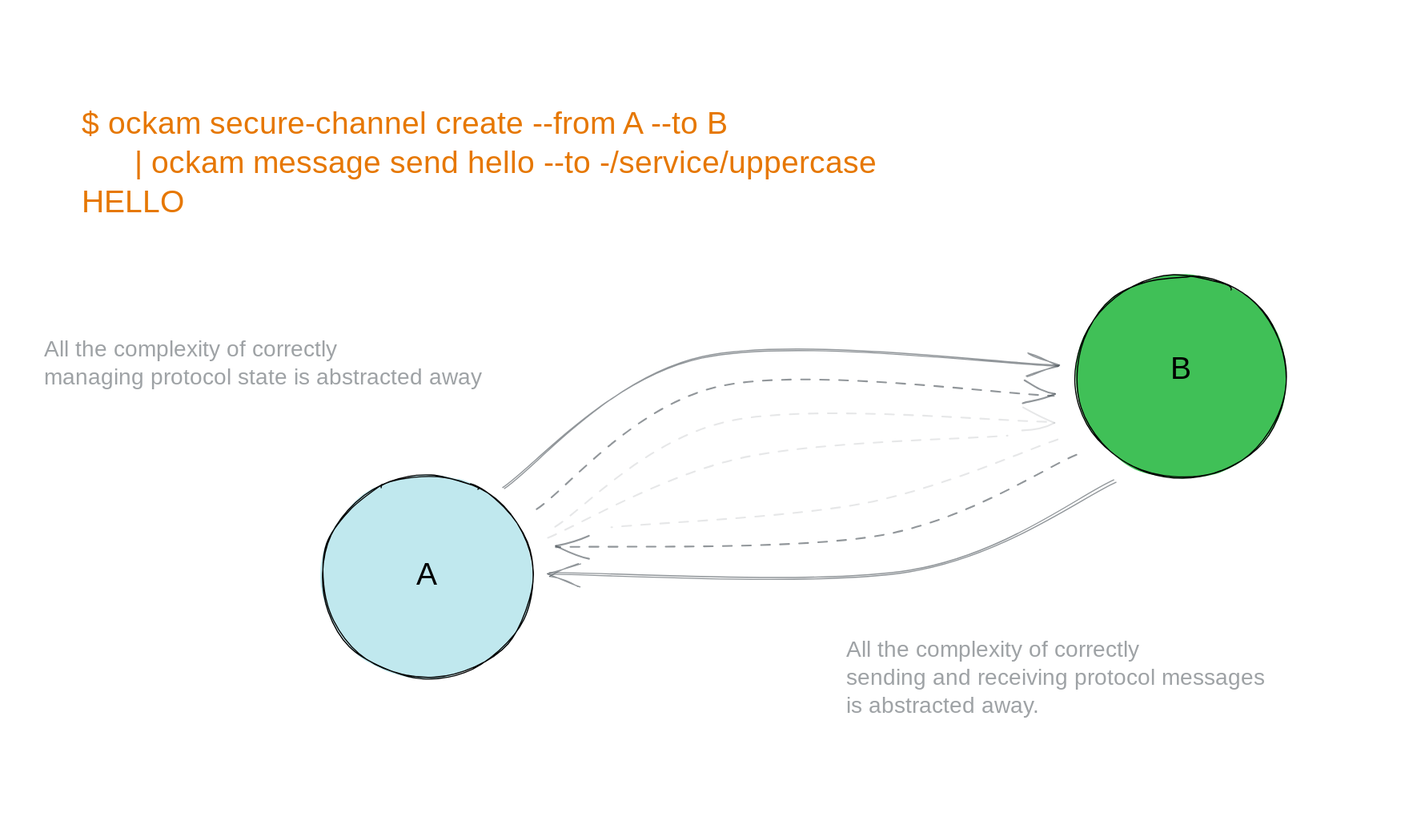
Before: .gitbook/assets/file.excalidraw.svg, a diagram exported from Excalidraw (build-trust/ockam-documentation). Source tidied: one line per element, renumbered; positions are measured from the earlier drawing's top-left corner, leaving out a move shared by most shapes.
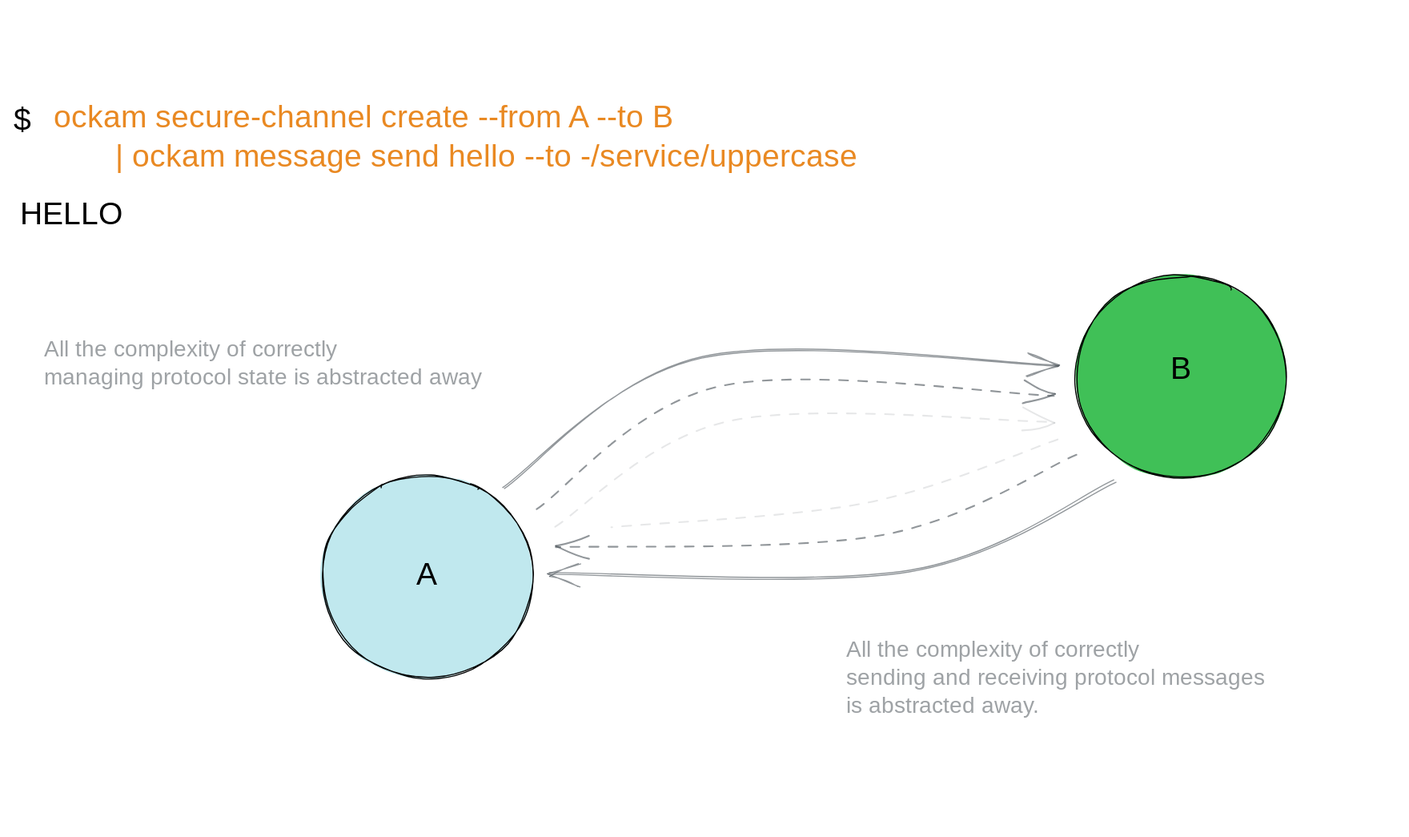
Later version of the same file.

Commit message:
GITBOOK-949: change request with no subject merged in GitBook

What changed in the source:
```diff
@@ -1,7 +1,7 @@
 {"id": 0, "type": "rectangle", "strokeColor": "transparent", "strokeWidth": 1, "roughness": 1, "x": 0, "y": 0, "width": 1237, "height": 727}
 {"id": 1, "type": "ellipse", "strokeColor": "#000000", "backgroundColor": "#40c057", "fillStyle": "solid", "strokeWidth": 1, "roughness": 1, "x": 950, "y": 235, "width": 189, "height": 181}
 {"id": 2, "type": "ellipse", "strokeColor": "#000000", "backgroundColor": "#15aabf44", "fillStyle": "solid", "strokeWidth": 1, "roughness": 1, "x": 277, "y": 414, "width": 189, "height": 181}
-{"id": 3, "type": "text", "text": "$ ockam secure-channel create --from A --to B\n      | ockam message send hello --to -/service/uppercase\nHELLO", "strokeColor": "#e67700", "strokeWidth": 1, "roughness": 1, "fontSize": 28, "fontFamily": 1, "x": 63, "y": 84, "width": 804, "height": 105}
+{"id": 3, "type": "text", "text": "$", "strokeColor": "#000000", "strokeWidth": 1, "roughness": 1, "fontSize": 28, "fontFamily": 1, "x": 2, "y": 81, "width": 24, "height": 35}
 {"id": 4, "type": "text", "text": "A", "strokeColor": "#000000", "strokeWidth": 1, "roughness": 1, "fontSize": 28, "fontFamily": 1, "x": 361, "y": 487, "width": 20, "height": 35}
 {"id": 5, "type": "text", "text": "B", "strokeColor": "#000000", "strokeWidth": 1, "roughness": 1, "fontSize": 28, "fontFamily": 1, "x": 1035, "y": 303, "width": 22, "height": 35}
 {"id": 6, "type": "arrow", "strokeColor": "#49505799", "strokeWidth": 1, "roughness": 1, "endArrowhead": "arrow", "round": true, "from": 2, "to": 1, "x": 440, "y": 426, "width": 494, "height": 117, "points": [[0, 0], [176, -117], [494, -109]]}
@@ -12,4 +12,6 @@
 {"id": 11, "type": "arrow", "strokeColor": "#49505799", "strokeWidth": 1, "strokeStyle": "dashed", "roughness": 1, "endArrowhead": "arrow", "round": true, "from": 1, "to": 2, "x": 951, "y": 395, "width": 466, "height": 83, "points": [[0, 0], [-175, 73], [-466, 83]]}
 {"id": 12, "type": "arrow", "strokeColor": "#49505722", "strokeWidth": 1, "strokeStyle": "dashed", "roughness": 1, "endArrowhead": "arrow", "round": true, "from": 2, "to": 1, "x": 486, "y": 461, "width": 446, "height": 96, "points": [[0, 0], [157, -96], [446, -95]]}
 {"id": 13, "type": "arrow", "strokeColor": "#49505722", "strokeWidth": 1, "strokeStyle": "dashed", "roughness": 1, "round": true, "from": 1, "x": 933, "y": 381, "width": 398, "height": 80, "points": [[0, 0], [-171, 57], [-398, 80]]}
-{"id": 14, "type": "arrow", "strokeColor": "#49505722", "strokeWidth": 1, "strokeStyle": "dashed", "roughness": 1, "round": true, "from": 2, "x": 478, "y": 470, "width": 412, "height": 91, "points": [[0, 0], [173, -71], [412, -91]]}
+{"id": 15, "type": "text", "text": "ockam secure-channel create --from A --to B", "strokeColor": "#e67700dd", "strokeWidth": 1, "roughness": 1, "fontSize": 28, "fontFamily": 1, "x": 37, "y": 79, "width": 627, "height": 35}
+{"id": 16, "type": "text", "text": "| ockam message send hello --to -/service/uppercase", "strokeColor": "#e67700dd", "strokeWidth": 1, "roughness": 1, "fontSize": 28, "fontFamily": 1, "x": 92, "y": 114, "width": 721, "height": 35}
+{"id": 17, "type": "text", "text": "HELLO", "strokeColor": "#000000", "strokeWidth": 1, "roughness": 1, "fontSize": 28, "fontFamily": 1, "x": 7, "y": 165, "width": 90, "height": 35}
```
